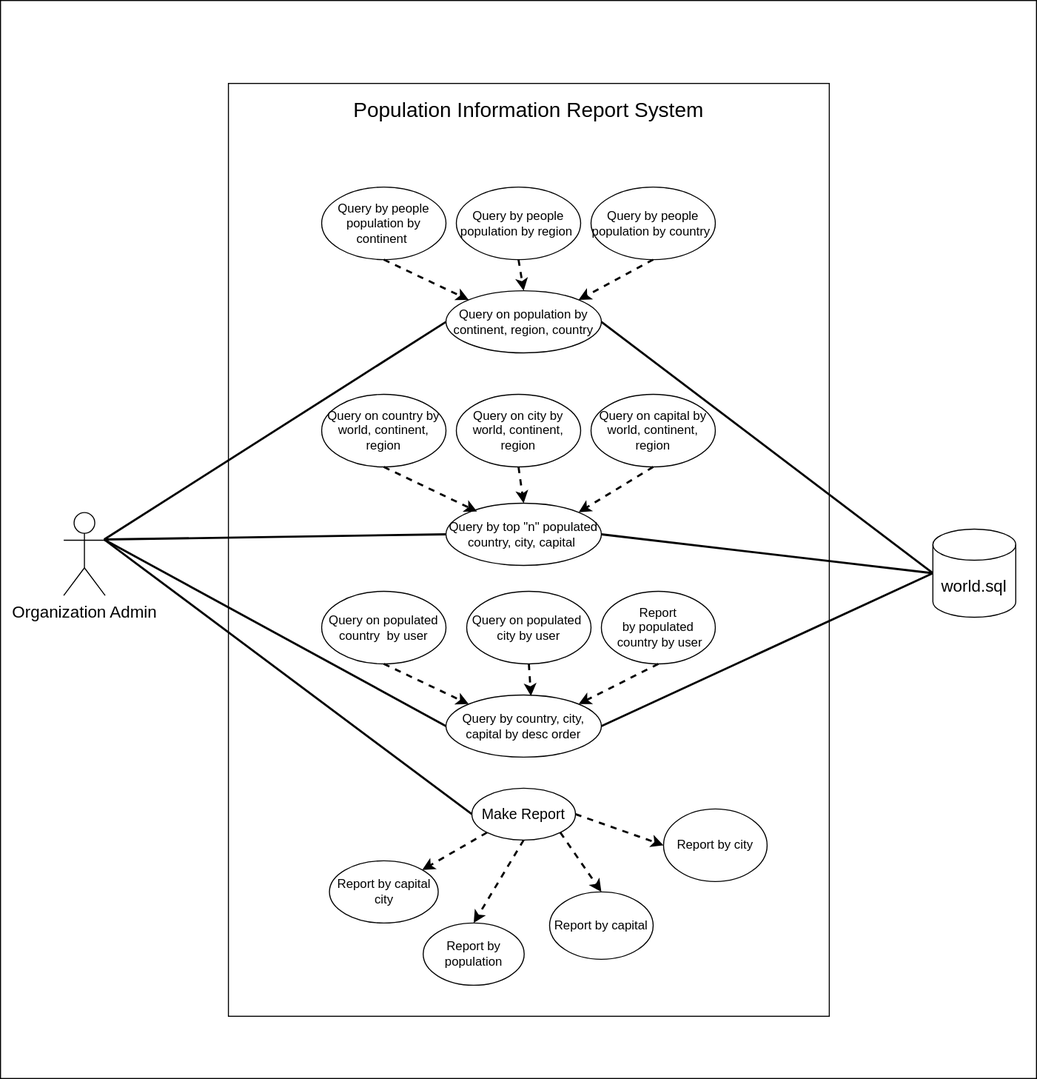
The draw.io diagram ProjectGroup4_UML.svg in Saw-Yu-Nandar/DevOps_gp4, before a commit. Source tidied: cells renumbered, new cells last; positions are measured from the earlier drawing's top-left corner, leaving out a move shared by most shapes.
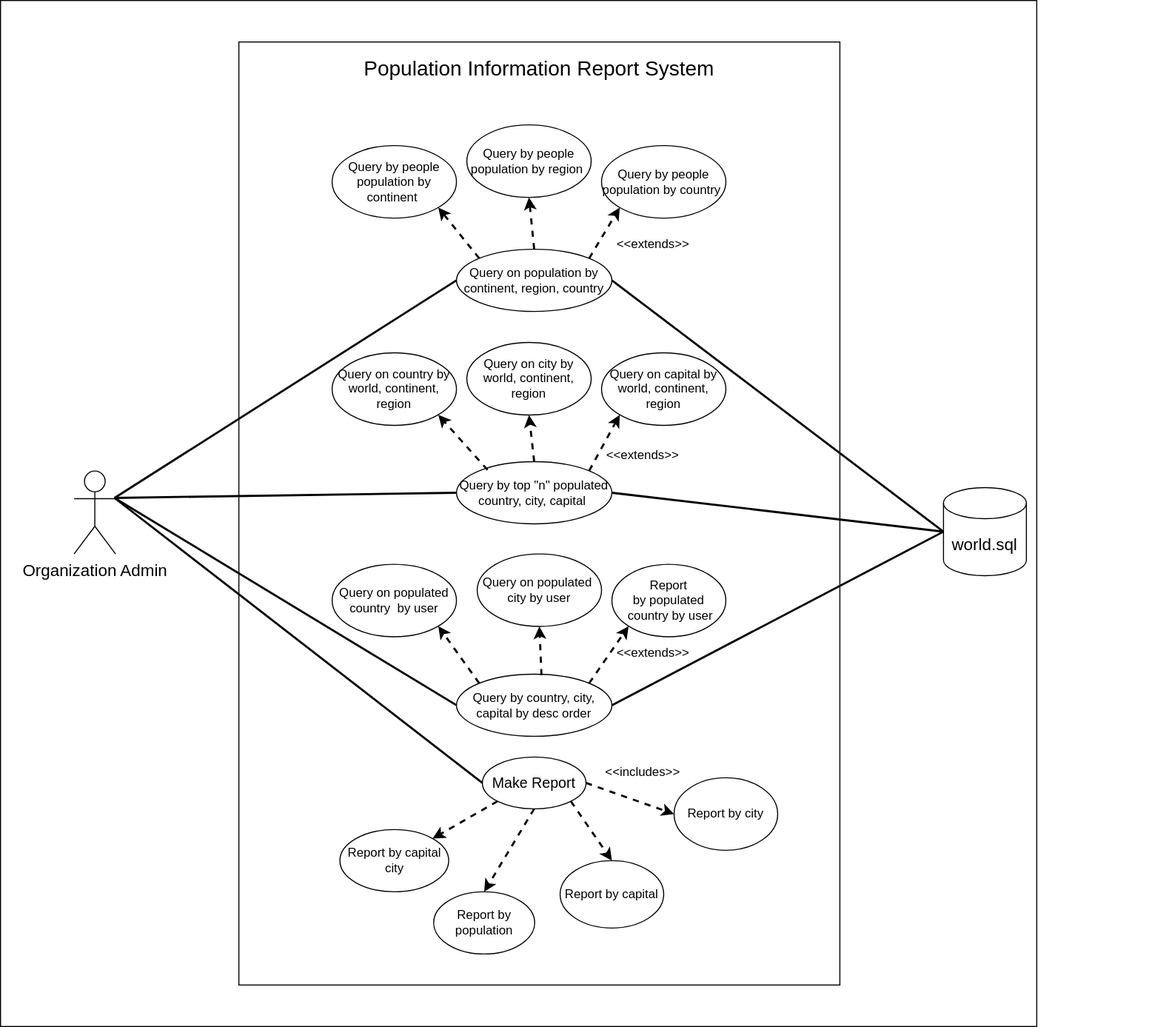
Above is the later version.

What changed in the source:
```diff
@@ -3,16 +3,16 @@
     <mxCell id="0" />
     <mxCell id="1" parent="0" />
     <mxCell id="2" style="rounded=0;whiteSpace=wrap;html=1;fontSize=16;fillColor=none;" parent="1" vertex="1">
-      <mxGeometry width="1000" height="1040" as="geometry" />
+      <mxGeometry x="-10" y="40" width="1000" height="990" as="geometry" />
     </mxCell>
     <mxCell id="3" value="Organization Admin" style="shape=umlActor;verticalLabelPosition=bottom;verticalAlign=top;html=1;fontSize=16;" parent="1" vertex="1">
       <mxGeometry x="61" y="494" width="40" height="80" as="geometry" />
     </mxCell>
     <mxCell id="4" style="rounded=0;whiteSpace=wrap;html=1;" parent="1" vertex="1">
-      <mxGeometry x="220" y="80" width="580" height="900" as="geometry" />
+      <mxGeometry x="220" y="80" width="580" height="910" as="geometry" />
     </mxCell>
     <mxCell id="5" value="Make Report" style="ellipse;whiteSpace=wrap;html=1;fontSize=14;" parent="1" vertex="1">
-      <mxGeometry x="455" y="760" width="100" height="50" as="geometry" />
+      <mxGeometry x="455" y="770" width="100" height="50" as="geometry" />
     </mxCell>
     <mxCell id="6" value="Population Information Report System" style="text;html=1;strokeColor=none;fillColor=none;align=center;verticalAlign=middle;whiteSpace=wrap;rounded=0;fontSize=20;" parent="1" vertex="1">
       <mxGeometry x="220" y="80" width="580" height="50" as="geometry" />
@@ -21,7 +21,7 @@
       <mxGeometry x="900" y="510" width="80" height="85" as="geometry" />
     </mxCell>
     <mxCell id="8" value="Query by country, city, capital by desc order" style="ellipse;whiteSpace=wrap;html=1;fontSize=12;" parent="1" vertex="1">
-      <mxGeometry x="430" y="670" width="150" height="60" as="geometry" />
+      <mxGeometry x="430" y="690" width="150" height="60" as="geometry" />
     </mxCell>
     <mxCell id="9" value="Query by top &quot;n&quot; populated country, city, capital&amp;nbsp;" style="ellipse;whiteSpace=wrap;html=1;fontSize=12;" parent="1" vertex="1">
       <mxGeometry x="430" y="485" width="150" height="60" as="geometry" />
@@ -30,16 +30,16 @@
       <mxGeometry x="430" y="280" width="150" height="60" as="geometry" />
     </mxCell>
     <mxCell id="11" value="Report by&amp;nbsp;populated&lt;br&gt;&amp;nbsp;country by user" style="ellipse;whiteSpace=wrap;html=1;fontSize=12;" parent="1" vertex="1">
-      <mxGeometry x="580" y="570" width="110" height="70" as="geometry" />
+      <mxGeometry x="580" y="584" width="110" height="70" as="geometry" />
     </mxCell>
     <mxCell id="12" value="Report by city" style="ellipse;whiteSpace=wrap;html=1;fontSize=12;" parent="1" vertex="1">
-      <mxGeometry x="640" y="780" width="100" height="70" as="geometry" />
+      <mxGeometry x="640" y="790" width="100" height="70" as="geometry" />
     </mxCell>
     <mxCell id="13" value="Report by capital" style="ellipse;whiteSpace=wrap;html=1;fontSize=12;" parent="1" vertex="1">
-      <mxGeometry x="530" y="860" width="100" height="65" as="geometry" />
+      <mxGeometry x="530" y="870" width="100" height="65" as="geometry" />
     </mxCell>
     <mxCell id="14" value="Report by population" style="ellipse;whiteSpace=wrap;html=1;fontSize=12;" parent="1" vertex="1">
-      <mxGeometry x="408" y="890" width="97.5" height="60" as="geometry" />
+      <mxGeometry x="408" y="900" width="97.5" height="60" as="geometry" />
     </mxCell>
     <mxCell id="15" style="rounded=0;jettySize=auto;html=1;exitX=0;exitY=1;exitDx=0;exitDy=0;strokeWidth=2;fontSize=16;dashed=1;entryX=1;entryY=0;entryDx=0;entryDy=0;" parent="1" edge="1" source="5" target="27">
       <mxGeometry relative="1" as="geometry" />
@@ -57,7 +57,7 @@
       <mxGeometry x="310" y="180" width="120" height="70" as="geometry" />
     </mxCell>
     <mxCell id="20" value="Query by people population by region&amp;nbsp;" style="ellipse;whiteSpace=wrap;html=1;fontSize=12;" parent="1" vertex="1">
-      <mxGeometry x="440" y="180" width="120" height="70" as="geometry" />
+      <mxGeometry x="440" y="160" width="120" height="70" as="geometry" />
     </mxCell>
     <mxCell id="21" value="Query by people population by country&amp;nbsp;" style="ellipse;whiteSpace=wrap;html=1;fontSize=12;" parent="1" vertex="1">
       <mxGeometry x="570" y="180" width="120" height="70" as="geometry" />
@@ -66,19 +66,19 @@
       <mxGeometry x="310" y="380" width="120" height="70" as="geometry" />
     </mxCell>
     <mxCell id="23" value="Query on city by world, continent, region" style="ellipse;whiteSpace=wrap;html=1;fontSize=12;" parent="1" vertex="1">
-      <mxGeometry x="440" y="380" width="120" height="70" as="geometry" />
+      <mxGeometry x="440" y="370" width="120" height="70" as="geometry" />
     </mxCell>
     <mxCell id="24" value="Query on capital by world, continent, region" style="ellipse;whiteSpace=wrap;html=1;fontSize=12;" parent="1" vertex="1">
       <mxGeometry x="570" y="380" width="120" height="70" as="geometry" />
     </mxCell>
     <mxCell id="25" value="Query on populated country &amp;nbsp;by user" style="ellipse;whiteSpace=wrap;html=1;fontSize=12;" parent="1" vertex="1">
-      <mxGeometry x="310" y="570" width="120" height="70" as="geometry" />
+      <mxGeometry x="310" y="584" width="120" height="70" as="geometry" />
     </mxCell>
     <mxCell id="26" value="Query on&amp;nbsp;populated&amp;nbsp;&lt;br&gt;city by user" style="ellipse;whiteSpace=wrap;html=1;fontSize=12;" parent="1" vertex="1">
-      <mxGeometry x="450" y="570" width="120" height="70" as="geometry" />
+      <mxGeometry x="450" y="574" width="120" height="70" as="geometry" />
     </mxCell>
     <mxCell id="27" value="Report by capital city" style="ellipse;whiteSpace=wrap;html=1;fontSize=12;" parent="1" vertex="1">
-      <mxGeometry x="317.5" y="830" width="105" height="60" as="geometry" />
+      <mxGeometry x="317.5" y="840" width="105" height="60" as="geometry" />
     </mxCell>
     <mxCell id="28" style="endArrow=none;html=1;rounded=0;strokeWidth=2;fontSize=16;entryX=0;entryY=0.5;entryDx=0;entryDy=0;" parent="1" edge="1" target="10">
       <mxGeometry relative="1" as="geometry">
@@ -109,32 +109,47 @@
     <mxCell id="34" style="endArrow=none;html=1;rounded=0;strokeWidth=2;fontSize=16;exitX=1;exitY=0.5;exitDx=0;exitDy=0;entryX=0;entryY=0.5;entryDx=0;entryDy=0;entryPerimeter=0;" parent="1" edge="1" source="8" target="7">
       <mxGeometry relative="1" as="geometry" />
     </mxCell>
-    <mxCell id="35" style="rounded=0;jettySize=auto;html=1;strokeWidth=2;fontSize=16;dashed=1;entryX=1;entryY=0;entryDx=0;entryDy=0;exitX=0.5;exitY=1;exitDx=0;exitDy=0;" parent="1" edge="1" source="21" target="10">
+    <mxCell id="35" style="rounded=0;jettySize=auto;html=1;strokeWidth=2;fontSize=16;dashed=1;entryX=0;entryY=1;entryDx=0;entryDy=0;exitX=1;exitY=0;exitDx=0;exitDy=0;" parent="1" edge="1" source="10" target="21">
       <mxGeometry relative="1" as="geometry" />
     </mxCell>
-    <mxCell id="36" style="rounded=0;jettySize=auto;html=1;strokeWidth=2;fontSize=16;dashed=1;exitX=0.5;exitY=1;exitDx=0;exitDy=0;entryX=0.5;entryY=0;entryDx=0;entryDy=0;" parent="1" edge="1" source="20" target="10">
+    <mxCell id="36" style="rounded=0;jettySize=auto;html=1;strokeWidth=2;fontSize=16;dashed=1;exitX=0.5;exitY=0;exitDx=0;exitDy=0;entryX=0.5;entryY=1;entryDx=0;entryDy=0;" parent="1" edge="1" source="10" target="20">
       <mxGeometry relative="1" as="geometry" />
     </mxCell>
-    <mxCell id="37" style="rounded=0;jettySize=auto;html=1;strokeWidth=2;fontSize=16;dashed=1;entryX=0;entryY=0;entryDx=0;entryDy=0;exitX=0.5;exitY=1;exitDx=0;exitDy=0;" parent="1" edge="1" source="19" target="10">
+    <mxCell id="37" style="rounded=0;jettySize=auto;html=1;strokeWidth=2;fontSize=16;dashed=1;entryX=1;entryY=1;entryDx=0;entryDy=0;exitX=0;exitY=0;exitDx=0;exitDy=0;" parent="1" edge="1" source="10" target="19">
       <mxGeometry relative="1" as="geometry" />
     </mxCell>
-    <mxCell id="38" style="rounded=0;jettySize=auto;html=1;strokeWidth=2;fontSize=16;dashed=1;entryX=1;entryY=0;entryDx=0;entryDy=0;exitX=0.5;exitY=1;exitDx=0;exitDy=0;" parent="1" edge="1" source="24" target="9">
+    <mxCell id="38" style="rounded=0;jettySize=auto;html=1;strokeWidth=2;fontSize=16;dashed=1;entryX=0;entryY=1;entryDx=0;entryDy=0;exitX=1;exitY=0;exitDx=0;exitDy=0;" parent="1" edge="1" source="9" target="24">
       <mxGeometry relative="1" as="geometry" />
     </mxCell>
-    <mxCell id="39" style="rounded=0;jettySize=auto;html=1;strokeWidth=2;fontSize=16;dashed=1;entryX=0.5;entryY=0;entryDx=0;entryDy=0;exitX=0.5;exitY=1;exitDx=0;exitDy=0;" parent="1" edge="1" source="23" target="9">
+    <mxCell id="39" style="rounded=0;jettySize=auto;html=1;strokeWidth=2;fontSize=16;dashed=1;entryX=0.5;entryY=1;entryDx=0;entryDy=0;exitX=0.5;exitY=0;exitDx=0;exitDy=0;" parent="1" edge="1" source="9" target="23">
       <mxGeometry relative="1" as="geometry" />
     </mxCell>
-    <mxCell id="40" style="rounded=0;jettySize=auto;html=1;strokeWidth=2;fontSize=16;dashed=1;entryX=0.2;entryY=0.133;entryDx=0;entryDy=0;exitX=0.5;exitY=1;exitDx=0;exitDy=0;entryPerimeter=0;" parent="1" edge="1" source="22" target="9">
+    <mxCell id="40" style="rounded=0;jettySize=auto;html=1;strokeWidth=2;fontSize=16;dashed=1;entryX=1;entryY=1;entryDx=0;entryDy=0;exitX=0.2;exitY=0.133;exitDx=0;exitDy=0;exitPerimeter=0;" parent="1" edge="1" source="9" target="22">
       <mxGeometry relative="1" as="geometry" />
     </mxCell>
-    <mxCell id="41" style="rounded=0;jettySize=auto;html=1;strokeWidth=2;fontSize=16;dashed=1;entryX=0;entryY=0;entryDx=0;entryDy=0;exitX=0.5;exitY=1;exitDx=0;exitDy=0;" parent="1" edge="1" source="25" target="8">
+    <mxCell id="41" style="rounded=0;jettySize=auto;html=1;strokeWidth=2;fontSize=16;dashed=1;entryX=1;entryY=1;entryDx=0;entryDy=0;exitX=0;exitY=0;exitDx=0;exitDy=0;" parent="1" edge="1" source="8" target="25">
       <mxGeometry relative="1" as="geometry" />
     </mxCell>
-    <mxCell id="42" style="rounded=0;jettySize=auto;html=1;strokeWidth=2;fontSize=16;dashed=1;entryX=0.547;entryY=0.017;entryDx=0;entryDy=0;exitX=0.5;exitY=1;exitDx=0;exitDy=0;entryPerimeter=0;" parent="1" edge="1" source="26" target="8">
+    <mxCell id="42" style="rounded=0;jettySize=auto;html=1;strokeWidth=2;fontSize=16;dashed=1;entryX=0.5;entryY=1;entryDx=0;entryDy=0;exitX=0.547;exitY=0.017;exitDx=0;exitDy=0;exitPerimeter=0;" parent="1" edge="1" source="8" target="26">
       <mxGeometry relative="1" as="geometry" />
     </mxCell>
-    <mxCell id="43" style="rounded=0;jettySize=auto;html=1;strokeWidth=2;fontSize=16;dashed=1;entryX=1;entryY=0;entryDx=0;entryDy=0;exitX=0.5;exitY=1;exitDx=0;exitDy=0;" parent="1" edge="1" source="11" target="8">
+    <mxCell id="43" style="rounded=0;jettySize=auto;html=1;strokeWidth=2;fontSize=16;dashed=1;entryX=0;entryY=1;entryDx=0;entryDy=0;exitX=1;exitY=0;exitDx=0;exitDy=0;" parent="1" edge="1" source="8" target="11">
       <mxGeometry relative="1" as="geometry" />
     </mxCell>
+    <mxCell id="44" value="&lt;span style=&quot;caret-color: rgba(0, 0, 0, 0); color: rgba(0, 0, 0, 0); font-family: monospace; font-size: 0px; text-align: start;&quot;&gt;%3CmxGraphModel%3E%3Croot%3E%3CmxCell%20id%3D%220%22%2F%3E%3CmxCell%20id%3D%221%22%20parent%3D%220%22%2F%3E%3CmxCell%20id%3D%222%22%20style%3D%22rounded%3D0%3BorthogonalLoop%3D1%3BjettySize%3Dauto%3Bhtml%3D1%3BstrokeWidth%3D2%3BfontSize%3D16%3Bdashed%3D1%3BentryX%3D0.89%3BentryY%3D0.169%3BentryDx%3D0%3BentryDy%3D0%3BentryPerimeter%3D0%3B%22%20edge%3D%221%22%20parent%3D%221%22%3E%3CmxGeometry%20relative%3D%221%22%20as%3D%22geometry%22%3E%3CmxPoint%20x%3D%22760%22%20y%3D%22249%22%20as%3D%22sourcePoint%22%2F%3E%3CmxPoint%20x%3D%22800%22%20y%3D%22249%22%20as%3D%22targetPoint%22%2F%3E%3C%2FmxGeometry%3E%3C%2FmxCell%3E%3C%2Froot%3E%3C%2FmxGraphModel%3E&lt;/span&gt;" style="text;html=1;align=center;verticalAlign=middle;strokeColor=none;fillColor=none;" parent="1" vertex="1">
+      <mxGeometry x="1100" y="225" width="20" height="30" as="geometry" />
+    </mxCell>
+    <mxCell id="45" value="&amp;lt;&amp;lt;extends&amp;gt;&amp;gt;" style="text;html=1;strokeColor=none;fillColor=none;align=center;verticalAlign=middle;whiteSpace=wrap;rounded=0;" parent="1" vertex="1">
+      <mxGeometry x="590" y="260" width="60" height="30" as="geometry" />
+    </mxCell>
+    <mxCell id="46" value="&amp;lt;&amp;lt;includes&amp;gt;&amp;gt;" style="text;html=1;strokeColor=none;fillColor=none;align=center;verticalAlign=middle;whiteSpace=wrap;rounded=0;" parent="1" vertex="1">
+      <mxGeometry x="580" y="770" width="60" height="30" as="geometry" />
+    </mxCell>
+    <mxCell id="47" value="&amp;lt;&amp;lt;extends&amp;gt;&amp;gt;" style="text;html=1;strokeColor=none;fillColor=none;align=center;verticalAlign=middle;whiteSpace=wrap;rounded=0;" parent="1" vertex="1">
+      <mxGeometry x="580" y="464" width="60" height="30" as="geometry" />
+    </mxCell>
+    <mxCell id="48" value="&amp;lt;&amp;lt;extends&amp;gt;&amp;gt;" style="text;html=1;strokeColor=none;fillColor=none;align=center;verticalAlign=middle;whiteSpace=wrap;rounded=0;" parent="1" vertex="1">
+      <mxGeometry x="590" y="655" width="60" height="30" as="geometry" />
+    </mxCell>
   </root>
 </mxGraphModel>
```
